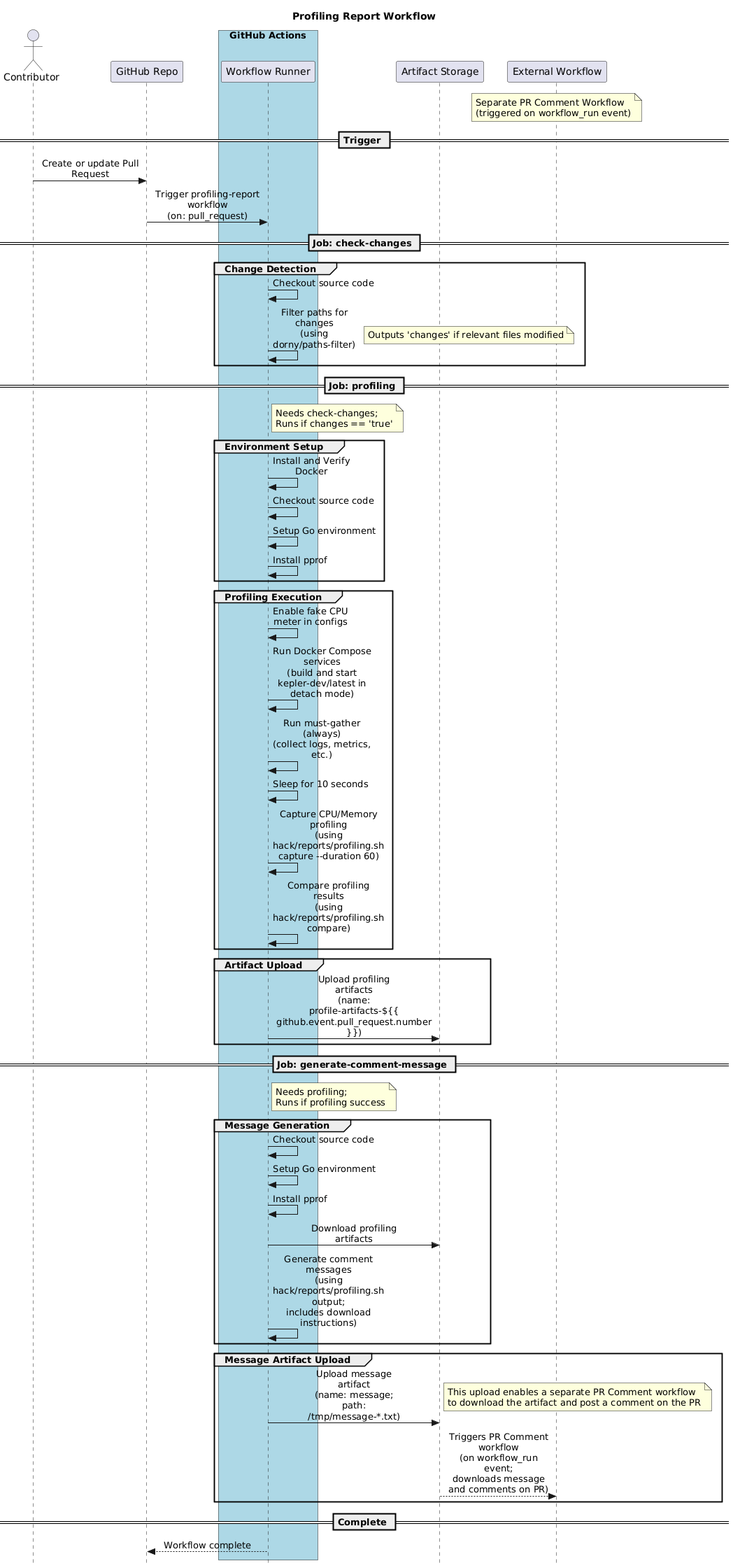
Above: docs/developer/assets/profiling.png in sustainable-computing-io/kepler (PlantUML), before the change.
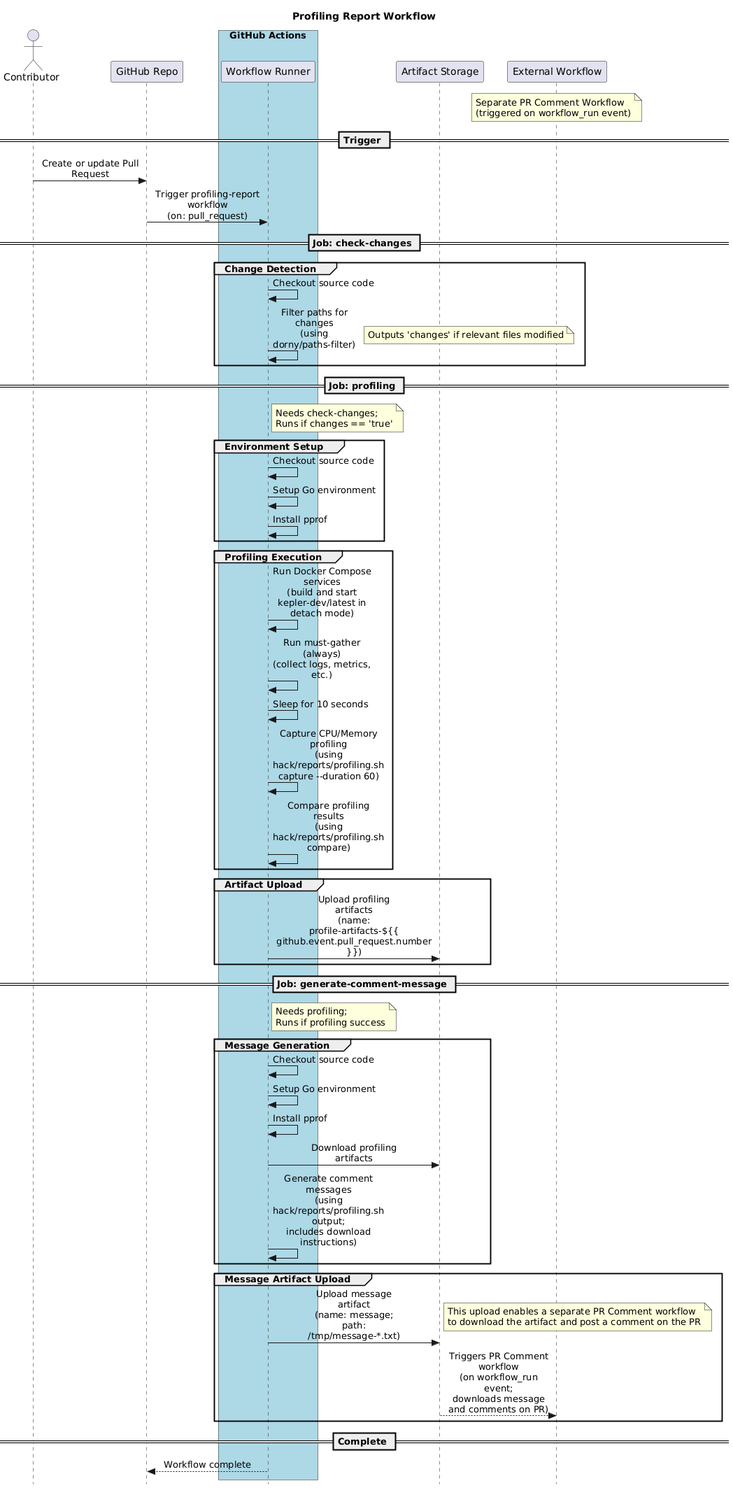
The same diagram one commit later.

Commit message:
ci: run profiling workflow on self-hosted runner

The edit, as a diff of the source:
```diff
@@ -24,13 +24,11 @@
 == Job: profiling ==
 note right of Runner: Needs check-changes;\nRuns if changes == 'true'
 group Environment Setup
-    Runner -> Runner: Install and Verify Docker
     Runner -> Runner: Checkout source code
     Runner -> Runner: Setup Go environment
     Runner -> Runner: Install pprof
 end
 group Profiling Execution
-    Runner -> Runner: Enable fake CPU meter in configs
     Runner -> Runner: Run Docker Compose services\n(build and start kepler-dev/latest in detach mode)
     Runner -> Runner: Run must-gather (always)\n(collect logs, metrics, etc.)
     Runner -> Runner: Sleep for 10 seconds
```
